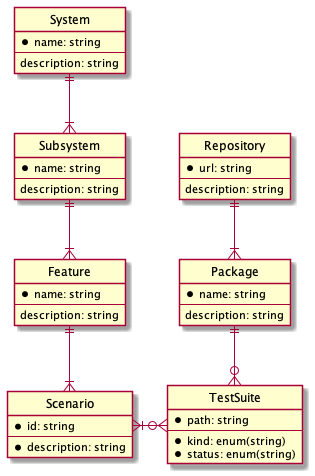
Earlier version of the PlantUML export diagrams/ER.png (filecoin-project/system-test-matrix).
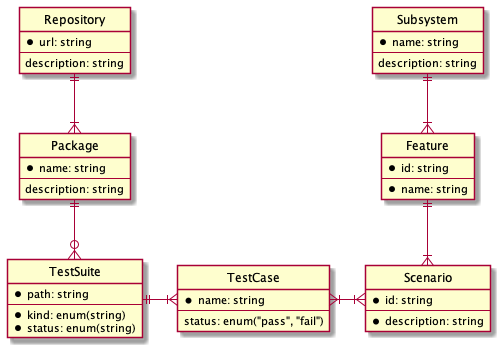
The same file after the commit.

What changed in the source:
```diff
@@ -3,6 +3,18 @@
 hide circle
 
 skinparam linetype ortho
+
+entity Feature {
+  * id: string
+  --
+  * name: string
+}
+
+entity Scenario {
+  * id: string
+  --
+  * description: string
+}
 
 entity TestSuite {
   * path: string
@@ -11,29 +23,16 @@
   * status: enum(string)
 }
 
-
-entity System {
+entity TestCase {
   * name: string
   --
-  description: string
+  status: enum("pass", "fail")
 }
 
 entity Subsystem {
   * name: string
   --
   description: string
-}
-
-entity Feature {
-  * name: string
-  --
-  description: string
-}
-
-entity Scenario {
-  * id: string
-  --
-  * description: string
 }
 
 entity Repository {
@@ -48,11 +47,11 @@
   description: string
 }
 
-System ||--|{ Subsystem
-Subsystem ||--|{ Feature
-Feature ||--|{ Scenario
-Scenario }|-right-o{ TestSuite
+Subsystem ||-down-|{ Feature
 TestSuite }o-up-|| Package
 Package }|-up-|| Repository
+Scenario }|-up-|| Feature
+TestCase }|-left-|| TestSuite
+TestCase }|-right-|{ Scenario
 
 @enduml
```
